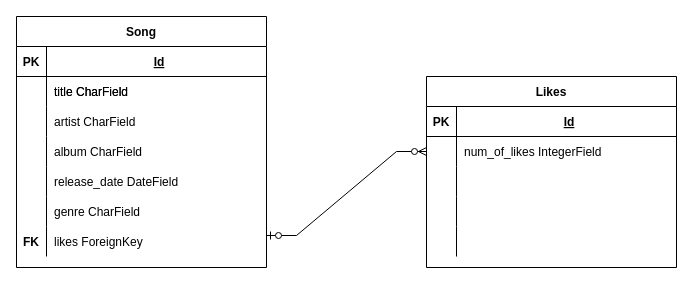
Before: musicLibraryBack_erd.drawio in BobbyLee3294/dcc-MusicLibrary-backend, a draw.io diagram. Source tidied: cells renumbered, new cells numbered last; positions are measured from the earlier drawing's top-left corner, leaving out a move shared by most shapes. Both pictures are drawn from the tidied source at 100%, with x=0, y=0 at pixel (16, 16).
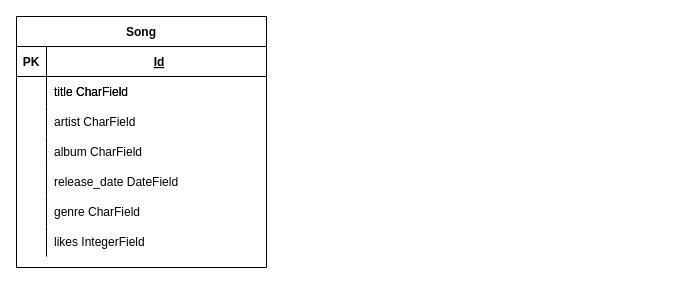
After the change.

Commit message:
updated ERD to include likes field

The change refers to these unchanged cells:
```xml
<mxCell id="21" style="shape=partialRectangle;fillColor=none;top=0;left=0;right=0;bottom=0;" parent="2" vertex="1">
  <mxGeometry y="210" width="250" height="30" as="geometry" />
</mxCell>
```

What changed in the source:
```diff
@@
-    <mxCell id="22" value="FK" style="shape=partialRectangle;overflow=hidden;fillColor=none;top=0;left=0;bottom=0;right=0;fontStyle=1;" parent="21" vertex="1">
+    <mxCell id="22" style="shape=partialRectangle;overflow=hidden;fillColor=none;top=0;left=0;bottom=0;right=0;fontStyle=1;" parent="21" vertex="1">
       <mxGeometry width="30" height="30" as="geometry" />
     </mxCell>
-    <mxCell id="23" value="likes ForeignKey" style="shape=partialRectangle;overflow=hidden;fillColor=none;top=0;left=0;bottom=0;right=0;align=left;spacingLeft=6;" parent="21" vertex="1">
+    <mxCell id="23" value="likes IntegerField" style="shape=partialRectangle;overflow=hidden;fillColor=none;top=0;left=0;bottom=0;right=0;align=left;spacingLeft=6;" parent="21" vertex="1">
       <mxGeometry x="30" width="220" height="30" as="geometry" />
     </mxCell>
@@
-    <mxCell id="27" value="Likes" style="shape=table;startSize=30;childLayout=tableLayout;rowLines=0;fontStyle=1;align=center;" parent="1" vertex="1">
-      <mxGeometry x="410" y="60" width="250" height="191" as="geometry" />
-    </mxCell>
-    <mxCell id="28" style="shape=partialRectangle;fillColor=none;top=0;left=0;right=0;bottom=1;" parent="27" vertex="1">
-      <mxGeometry y="30" width="250" height="30" as="geometry" />
-    </mxCell>
-    <mxCell id="29" value="PK" style="shape=partialRectangle;overflow=hidden;fillColor=none;top=0;left=0;bottom=0;right=0;fontStyle=1;" parent="28" vertex="1">
-      <mxGeometry width="30" height="30" as="geometry" />
-    </mxCell>
-    <mxCell id="30" value="Id" style="shape=partialRectangle;overflow=hidden;fillColor=none;top=0;left=0;bottom=0;right=0;align=center;spacingLeft=6;fontStyle=5;" parent="28" vertex="1">
-      <mxGeometry x="30" width="220" height="30" as="geometry" />
-    </mxCell>
-    <mxCell id="31" style="shape=partialRectangle;fillColor=none;points=[[0,0.5],[1,0.5]];portConstraint=eastwest;top=0;left=0;right=0;bottom=0;" parent="27" vertex="1">
-      <mxGeometry y="60" width="250" height="30" as="geometry" />
-    </mxCell>
-    <mxCell id="32" style="shape=partialRectangle;overflow=hidden;fillColor=none;top=0;left=0;bottom=0;right=0;" parent="31" vertex="1">
-      <mxGeometry width="30" height="30" as="geometry" />
-    </mxCell>
-    <mxCell id="33" value="num_of_likes IntegerField" style="shape=partialRectangle;overflow=hidden;fillColor=none;top=0;left=0;bottom=0;right=0;align=left;spacingLeft=6;" parent="31" vertex="1">
-      <mxGeometry x="30" width="220" height="30" as="geometry" />
-    </mxCell>
-    <mxCell id="34" style="shape=partialRectangle;fillColor=none;top=0;left=0;right=0;bottom=0;" parent="27" vertex="1">
-      <mxGeometry y="90" width="250" height="30" as="geometry" />
-    </mxCell>
-    <mxCell id="35" style="shape=partialRectangle;overflow=hidden;fillColor=none;top=0;left=0;bottom=0;right=0;" parent="34" vertex="1">
-      <mxGeometry width="30" height="30" as="geometry" />
-    </mxCell>
-    <mxCell id="36" style="shape=partialRectangle;overflow=hidden;fillColor=none;top=0;left=0;bottom=0;right=0;align=left;spacingLeft=6;" parent="34" vertex="1">
-      <mxGeometry x="30" width="220" height="30" as="geometry" />
-    </mxCell>
-    <mxCell id="37" style="shape=partialRectangle;fillColor=none;top=0;left=0;right=0;bottom=0;" parent="27" vertex="1">
-      <mxGeometry y="120" width="250" height="30" as="geometry" />
-    </mxCell>
-    <mxCell id="38" style="shape=partialRectangle;overflow=hidden;fillColor=none;top=0;left=0;bottom=0;right=0;" parent="37" vertex="1">
-      <mxGeometry width="30" height="30" as="geometry" />
-    </mxCell>
-    <mxCell id="39" style="shape=partialRectangle;overflow=hidden;fillColor=none;top=0;left=0;bottom=0;right=0;align=left;spacingLeft=6;" parent="37" vertex="1">
-      <mxGeometry x="30" width="220" height="30" as="geometry" />
-    </mxCell>
-    <mxCell id="40" style="shape=partialRectangle;fillColor=none;top=0;left=0;right=0;bottom=0;" parent="27" vertex="1">
-      <mxGeometry y="150" width="250" height="30" as="geometry" />
-    </mxCell>
-    <mxCell id="41" style="shape=partialRectangle;overflow=hidden;fillColor=none;top=0;left=0;bottom=0;right=0;" parent="40" vertex="1">
-      <mxGeometry width="30" height="30" as="geometry" />
-    </mxCell>
-    <mxCell id="42" style="shape=partialRectangle;overflow=hidden;fillColor=none;top=0;left=0;bottom=0;right=0;align=left;spacingLeft=6;" parent="40" vertex="1">
-      <mxGeometry x="30" width="220" height="30" as="geometry" />
-    </mxCell>
-    <mxCell id="43" style="edgeStyle=entityRelationEdgeStyle;fontSize=12;html=1;endArrow=ERzeroToMany;startArrow=ERzeroToOne;rounded=0;entryX=0;entryY=0.5;entryDx=0;entryDy=0;" parent="1" edge="1" target="31">
-      <mxGeometry relative="1" as="geometry">
-        <mxPoint x="250" y="219" as="sourcePoint" />
-      </mxGeometry>
-    </mxCell>
```
